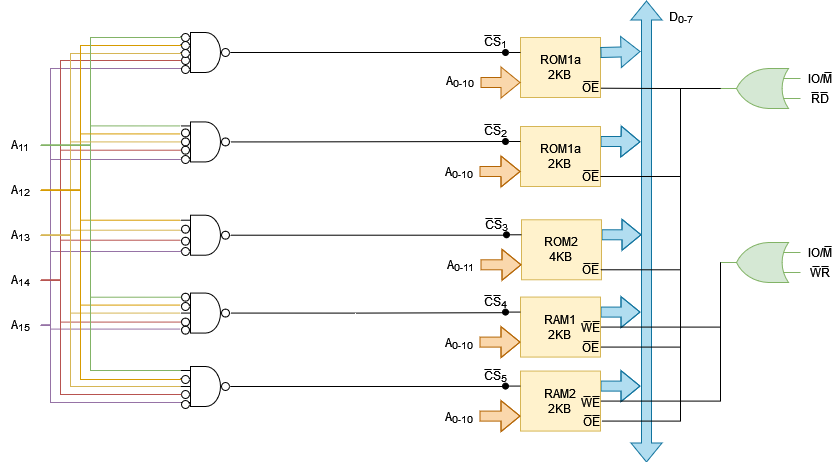
This is Exercise6_b_Circuit.drawio.png from konstantinosk31/Microcomputer-Systems, a draw.io export, as it was before one commit. Source tidied: cells renumbered, new cells last; positions are measured from the earlier drawing's top-left corner, leaving out a move shared by most shapes.
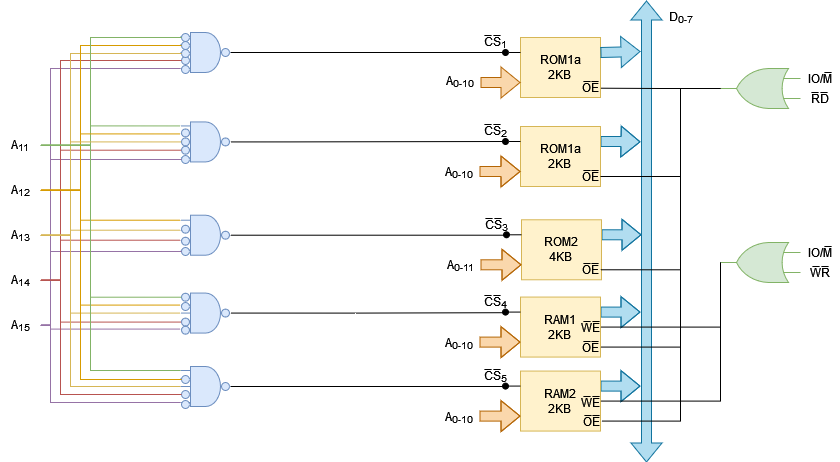
After the commit.

Change to the diagram source:
```diff
@@ -281,49 +281,49 @@
         </Array>
       </mxGeometry>
     </mxCell>
-    <mxCell id="64" style="verticalLabelPosition=bottom;shadow=0;dashed=0;align=center;html=1;verticalAlign=top;shape=mxgraph.electrical.logic_gates.logic_gate;operation=and;numInputs=5;" parent="1" vertex="1">
+    <mxCell id="64" style="verticalLabelPosition=bottom;shadow=0;dashed=0;align=center;html=1;verticalAlign=top;shape=mxgraph.electrical.logic_gates.logic_gate;operation=and;numInputs=5;fillColor=#dae8fc;strokeColor=#6c8ebf;" parent="1" vertex="1">
       <mxGeometry x="180" y="32" width="50" height="40" as="geometry" />
     </mxCell>
-    <mxCell id="65" style="verticalLabelPosition=bottom;shadow=0;dashed=0;align=center;html=1;verticalAlign=top;shape=mxgraph.electrical.logic_gates.logic_gate;operation=and;numInputs=5;" parent="1" vertex="1">
+    <mxCell id="65" style="verticalLabelPosition=bottom;shadow=0;dashed=0;align=center;html=1;verticalAlign=top;shape=mxgraph.electrical.logic_gates.logic_gate;operation=and;numInputs=5;fillColor=#dae8fc;strokeColor=#6c8ebf;" parent="1" vertex="1">
       <mxGeometry x="180" y="121.4" width="50" height="40" as="geometry" />
     </mxCell>
-    <mxCell id="66" style="verticalLabelPosition=bottom;shadow=0;dashed=0;align=center;html=1;verticalAlign=top;shape=mxgraph.electrical.logic_gates.logic_gate;operation=and;numInputs=4;" parent="1" vertex="1">
+    <mxCell id="66" style="verticalLabelPosition=bottom;shadow=0;dashed=0;align=center;html=1;verticalAlign=top;shape=mxgraph.electrical.logic_gates.logic_gate;operation=and;numInputs=4;fillColor=#dae8fc;strokeColor=#6c8ebf;" parent="1" vertex="1">
       <mxGeometry x="180" y="214.7" width="50" height="40" as="geometry" />
     </mxCell>
-    <mxCell id="67" style="verticalLabelPosition=bottom;shadow=0;dashed=0;align=center;html=1;verticalAlign=top;shape=mxgraph.electrical.logic_gates.logic_gate;operation=and;numInputs=5;" parent="1" vertex="1">
+    <mxCell id="67" style="verticalLabelPosition=bottom;shadow=0;dashed=0;align=center;html=1;verticalAlign=top;shape=mxgraph.electrical.logic_gates.logic_gate;operation=and;numInputs=5;fillColor=#dae8fc;strokeColor=#6c8ebf;" parent="1" vertex="1">
       <mxGeometry x="180" y="292.6" width="50" height="40" as="geometry" />
     </mxCell>
-    <mxCell id="68" style="verticalLabelPosition=bottom;shadow=0;dashed=0;align=center;html=1;verticalAlign=top;shape=mxgraph.electrical.logic_gates.logic_gate;operation=and;numInputs=5;" parent="1" vertex="1">
+    <mxCell id="68" style="verticalLabelPosition=bottom;shadow=0;dashed=0;align=center;html=1;verticalAlign=top;shape=mxgraph.electrical.logic_gates.logic_gate;operation=and;numInputs=5;fillColor=#dae8fc;strokeColor=#6c8ebf;" parent="1" vertex="1">
       <mxGeometry x="180" y="366" width="50" height="40" as="geometry" />
     </mxCell>
-    <mxCell id="69" style="verticalLabelPosition=bottom;shadow=0;dashed=0;align=center;html=1;verticalAlign=top;shape=mxgraph.electrical.logic_gates.inverting_contact;" parent="1" vertex="1">
+    <mxCell id="69" style="verticalLabelPosition=bottom;shadow=0;dashed=0;align=center;html=1;verticalAlign=top;shape=mxgraph.electrical.logic_gates.inverting_contact;fillColor=#dae8fc;strokeColor=#6c8ebf;" parent="1" vertex="1">
       <mxGeometry x="180" y="55" width="10" height="10" as="geometry" />
     </mxCell>
-    <mxCell id="70" style="verticalLabelPosition=bottom;shadow=0;dashed=0;align=center;html=1;verticalAlign=top;shape=mxgraph.electrical.logic_gates.inverting_contact;" parent="1" vertex="1">
+    <mxCell id="70" style="verticalLabelPosition=bottom;shadow=0;dashed=0;align=center;html=1;verticalAlign=top;shape=mxgraph.electrical.logic_gates.inverting_contact;fillColor=#dae8fc;strokeColor=#6c8ebf;" parent="1" vertex="1">
       <mxGeometry x="180" y="64" width="10" height="10" as="geometry" />
     </mxCell>
-    <mxCell id="71" style="verticalLabelPosition=bottom;shadow=0;dashed=0;align=center;html=1;verticalAlign=top;shape=mxgraph.electrical.logic_gates.inverting_contact;" parent="1" vertex="1">
+    <mxCell id="71" style="verticalLabelPosition=bottom;shadow=0;dashed=0;align=center;html=1;verticalAlign=top;shape=mxgraph.electrical.logic_gates.inverting_contact;fillColor=#dae8fc;strokeColor=#6c8ebf;" parent="1" vertex="1">
       <mxGeometry x="180" y="144.7" width="10" height="10" as="geometry" />
     </mxCell>
-    <mxCell id="72" style="verticalLabelPosition=bottom;shadow=0;dashed=0;align=center;html=1;verticalAlign=top;shape=mxgraph.electrical.logic_gates.inverting_contact;" parent="1" vertex="1">
+    <mxCell id="72" style="verticalLabelPosition=bottom;shadow=0;dashed=0;align=center;html=1;verticalAlign=top;shape=mxgraph.electrical.logic_gates.inverting_contact;fillColor=#dae8fc;strokeColor=#6c8ebf;" parent="1" vertex="1">
       <mxGeometry x="180" y="154" width="10" height="10" as="geometry" />
     </mxCell>
-    <mxCell id="73" style="verticalLabelPosition=bottom;shadow=0;dashed=0;align=center;html=1;verticalAlign=top;shape=mxgraph.electrical.logic_gates.inverting_contact;" parent="1" vertex="1">
+    <mxCell id="73" style="verticalLabelPosition=bottom;shadow=0;dashed=0;align=center;html=1;verticalAlign=top;shape=mxgraph.electrical.logic_gates.inverting_contact;fillColor=#dae8fc;strokeColor=#6c8ebf;" parent="1" vertex="1">
       <mxGeometry x="180" y="235.7" width="10" height="10" as="geometry" />
     </mxCell>
-    <mxCell id="74" style="verticalLabelPosition=bottom;shadow=0;dashed=0;align=center;html=1;verticalAlign=top;shape=mxgraph.electrical.logic_gates.inverting_contact;" parent="1" vertex="1">
+    <mxCell id="74" style="verticalLabelPosition=bottom;shadow=0;dashed=0;align=center;html=1;verticalAlign=top;shape=mxgraph.electrical.logic_gates.inverting_contact;fillColor=#dae8fc;strokeColor=#6c8ebf;" parent="1" vertex="1">
       <mxGeometry x="180" y="246" width="10" height="10" as="geometry" />
     </mxCell>
-    <mxCell id="75" style="verticalLabelPosition=bottom;shadow=0;dashed=0;align=center;html=1;verticalAlign=top;shape=mxgraph.electrical.logic_gates.inverting_contact;" parent="1" vertex="1">
+    <mxCell id="75" style="verticalLabelPosition=bottom;shadow=0;dashed=0;align=center;html=1;verticalAlign=top;shape=mxgraph.electrical.logic_gates.inverting_contact;fillColor=#dae8fc;strokeColor=#6c8ebf;" parent="1" vertex="1">
       <mxGeometry x="180" y="316.6" width="10" height="10" as="geometry" />
     </mxCell>
-    <mxCell id="76" style="verticalLabelPosition=bottom;shadow=0;dashed=0;align=center;html=1;verticalAlign=top;shape=mxgraph.electrical.logic_gates.inverting_contact;" parent="1" vertex="1">
+    <mxCell id="76" style="verticalLabelPosition=bottom;shadow=0;dashed=0;align=center;html=1;verticalAlign=top;shape=mxgraph.electrical.logic_gates.inverting_contact;fillColor=#dae8fc;strokeColor=#6c8ebf;" parent="1" vertex="1">
       <mxGeometry x="180" y="324.7" width="10" height="10" as="geometry" />
     </mxCell>
-    <mxCell id="77" style="verticalLabelPosition=bottom;shadow=0;dashed=0;align=center;html=1;verticalAlign=top;shape=mxgraph.electrical.logic_gates.inverting_contact;" parent="1" vertex="1">
+    <mxCell id="77" style="verticalLabelPosition=bottom;shadow=0;dashed=0;align=center;html=1;verticalAlign=top;shape=mxgraph.electrical.logic_gates.inverting_contact;fillColor=#dae8fc;strokeColor=#6c8ebf;" parent="1" vertex="1">
       <mxGeometry x="180" y="389" width="10" height="10" as="geometry" />
     </mxCell>
-    <mxCell id="78" style="verticalLabelPosition=bottom;shadow=0;dashed=0;align=center;html=1;verticalAlign=top;shape=mxgraph.electrical.logic_gates.inverting_contact;" parent="1" vertex="1">
+    <mxCell id="78" style="verticalLabelPosition=bottom;shadow=0;dashed=0;align=center;html=1;verticalAlign=top;shape=mxgraph.electrical.logic_gates.inverting_contact;fillColor=#dae8fc;strokeColor=#6c8ebf;" parent="1" vertex="1">
       <mxGeometry x="180" y="399" width="10" height="10" as="geometry" />
     </mxCell>
     <mxCell id="79" style="edgeStyle=orthogonalEdgeStyle;rounded=0;jettySize=auto;html=1;exitX=1;exitY=0.5;exitDx=0;exitDy=0;entryX=0.1;entryY=0.5;entryDx=0;entryDy=0;entryPerimeter=0;endArrow=none;endFill=0;fillColor=#f8cecc;strokeColor=#b85450;" parent="1" edge="1" source="9" target="75">
@@ -406,13 +406,13 @@
         </Array>
       </mxGeometry>
     </mxCell>
-    <mxCell id="89" style="verticalLabelPosition=bottom;shadow=0;dashed=0;align=center;html=1;verticalAlign=top;shape=mxgraph.electrical.logic_gates.inverting_contact;" parent="1" vertex="1">
+    <mxCell id="89" style="verticalLabelPosition=bottom;shadow=0;dashed=0;align=center;html=1;verticalAlign=top;shape=mxgraph.electrical.logic_gates.inverting_contact;fillColor=#dae8fc;strokeColor=#6c8ebf;" parent="1" vertex="1">
       <mxGeometry x="180" y="32" width="10" height="10" as="geometry" />
     </mxCell>
-    <mxCell id="90" style="verticalLabelPosition=bottom;shadow=0;dashed=0;align=center;html=1;verticalAlign=top;shape=mxgraph.electrical.logic_gates.inverting_contact;" parent="1" vertex="1">
+    <mxCell id="90" style="verticalLabelPosition=bottom;shadow=0;dashed=0;align=center;html=1;verticalAlign=top;shape=mxgraph.electrical.logic_gates.inverting_contact;fillColor=#dae8fc;strokeColor=#6c8ebf;" parent="1" vertex="1">
       <mxGeometry x="180" y="40" width="10" height="10" as="geometry" />
     </mxCell>
-    <mxCell id="91" style="verticalLabelPosition=bottom;shadow=0;dashed=0;align=center;html=1;verticalAlign=top;shape=mxgraph.electrical.logic_gates.inverting_contact;" parent="1" vertex="1">
+    <mxCell id="91" style="verticalLabelPosition=bottom;shadow=0;dashed=0;align=center;html=1;verticalAlign=top;shape=mxgraph.electrical.logic_gates.inverting_contact;fillColor=#dae8fc;strokeColor=#6c8ebf;" parent="1" vertex="1">
       <mxGeometry x="180" y="48" width="10" height="10" as="geometry" />
     </mxCell>
     <mxCell id="92" style="edgeStyle=orthogonalEdgeStyle;rounded=0;jettySize=auto;html=1;exitX=1;exitY=0.5;exitDx=0;exitDy=0;entryX=0.1;entryY=0.5;entryDx=0;entryDy=0;entryPerimeter=0;fillColor=#fff2cc;strokeColor=#d6b656;endArrow=none;endFill=0;" parent="1" edge="1" source="8" target="91">
@@ -423,19 +423,19 @@
         </Array>
       </mxGeometry>
     </mxCell>
-    <mxCell id="93" style="verticalLabelPosition=bottom;shadow=0;dashed=0;align=center;html=1;verticalAlign=top;shape=mxgraph.electrical.logic_gates.inverting_contact;" parent="1" vertex="1">
+    <mxCell id="93" style="verticalLabelPosition=bottom;shadow=0;dashed=0;align=center;html=1;verticalAlign=top;shape=mxgraph.electrical.logic_gates.inverting_contact;fillColor=#dae8fc;strokeColor=#6c8ebf;" parent="1" vertex="1">
       <mxGeometry x="220" y="47" width="10" height="10" as="geometry" />
     </mxCell>
-    <mxCell id="94" style="verticalLabelPosition=bottom;shadow=0;dashed=0;align=center;html=1;verticalAlign=top;shape=mxgraph.electrical.logic_gates.inverting_contact;" parent="1" vertex="1">
+    <mxCell id="94" style="verticalLabelPosition=bottom;shadow=0;dashed=0;align=center;html=1;verticalAlign=top;shape=mxgraph.electrical.logic_gates.inverting_contact;fillColor=#dae8fc;strokeColor=#6c8ebf;" parent="1" vertex="1">
       <mxGeometry x="220" y="136.4" width="10" height="10" as="geometry" />
     </mxCell>
-    <mxCell id="95" style="verticalLabelPosition=bottom;shadow=0;dashed=0;align=center;html=1;verticalAlign=top;shape=mxgraph.electrical.logic_gates.inverting_contact;" parent="1" vertex="1">
+    <mxCell id="95" style="verticalLabelPosition=bottom;shadow=0;dashed=0;align=center;html=1;verticalAlign=top;shape=mxgraph.electrical.logic_gates.inverting_contact;fillColor=#dae8fc;strokeColor=#6c8ebf;" parent="1" vertex="1">
       <mxGeometry x="220" y="229.7" width="10" height="10" as="geometry" />
     </mxCell>
-    <mxCell id="96" style="verticalLabelPosition=bottom;shadow=0;dashed=0;align=center;html=1;verticalAlign=top;shape=mxgraph.electrical.logic_gates.inverting_contact;" parent="1" vertex="1">
+    <mxCell id="96" style="verticalLabelPosition=bottom;shadow=0;dashed=0;align=center;html=1;verticalAlign=top;shape=mxgraph.electrical.logic_gates.inverting_contact;fillColor=#dae8fc;strokeColor=#6c8ebf;" parent="1" vertex="1">
       <mxGeometry x="220" y="307.6" width="10" height="10" as="geometry" />
     </mxCell>
-    <mxCell id="97" style="verticalLabelPosition=bottom;shadow=0;dashed=0;align=center;html=1;verticalAlign=top;shape=mxgraph.electrical.logic_gates.inverting_contact;" parent="1" vertex="1">
+    <mxCell id="97" style="verticalLabelPosition=bottom;shadow=0;dashed=0;align=center;html=1;verticalAlign=top;shape=mxgraph.electrical.logic_gates.inverting_contact;fillColor=#dae8fc;strokeColor=#6c8ebf;" parent="1" vertex="1">
       <mxGeometry x="220" y="381" width="10" height="10" as="geometry" />
     </mxCell>
     <mxCell id="98" style="edgeStyle=orthogonalEdgeStyle;rounded=0;jettySize=auto;html=1;exitX=1;exitY=0.5;exitDx=0;exitDy=0;entryX=0.1;entryY=0.5;entryDx=0;entryDy=0;entryPerimeter=0;fillColor=#ffe6cc;strokeColor=#d79b00;endArrow=none;endFill=0;" parent="1" edge="1" source="7" target="90">
@@ -454,10 +454,10 @@
         </Array>
       </mxGeometry>
     </mxCell>
-    <mxCell id="100" style="verticalLabelPosition=bottom;shadow=0;dashed=0;align=center;html=1;verticalAlign=top;shape=mxgraph.electrical.logic_gates.inverting_contact;" parent="1" vertex="1">
+    <mxCell id="100" style="verticalLabelPosition=bottom;shadow=0;dashed=0;align=center;html=1;verticalAlign=top;shape=mxgraph.electrical.logic_gates.inverting_contact;fillColor=#dae8fc;strokeColor=#6c8ebf;" parent="1" vertex="1">
       <mxGeometry x="180" y="136.4" width="10" height="10" as="geometry" />
     </mxCell>
-    <mxCell id="101" style="verticalLabelPosition=bottom;shadow=0;dashed=0;align=center;html=1;verticalAlign=top;shape=mxgraph.electrical.logic_gates.inverting_contact;" parent="1" vertex="1">
+    <mxCell id="101" style="verticalLabelPosition=bottom;shadow=0;dashed=0;align=center;html=1;verticalAlign=top;shape=mxgraph.electrical.logic_gates.inverting_contact;fillColor=#dae8fc;strokeColor=#6c8ebf;" parent="1" vertex="1">
       <mxGeometry x="180" y="127.4" width="10" height="10" as="geometry" />
     </mxCell>
     <mxCell id="102" style="edgeStyle=orthogonalEdgeStyle;rounded=0;jettySize=auto;html=1;exitX=1;exitY=0.5;exitDx=0;exitDy=0;entryX=0;entryY=0.1;entryDx=0;entryDy=0;entryPerimeter=0;fillColor=#d5e8d4;strokeColor=#82b366;endArrow=none;endFill=0;" parent="1" edge="1" source="6" target="65">
@@ -484,7 +484,7 @@
         </Array>
       </mxGeometry>
     </mxCell>
-    <mxCell id="105" style="verticalLabelPosition=bottom;shadow=0;dashed=0;align=center;html=1;verticalAlign=top;shape=mxgraph.electrical.logic_gates.inverting_contact;" parent="1" vertex="1">
+    <mxCell id="105" style="verticalLabelPosition=bottom;shadow=0;dashed=0;align=center;html=1;verticalAlign=top;shape=mxgraph.electrical.logic_gates.inverting_contact;fillColor=#dae8fc;strokeColor=#6c8ebf;" parent="1" vertex="1">
       <mxGeometry x="180" y="223.7" width="10" height="10" as="geometry" />
     </mxCell>
     <mxCell id="106" style="edgeStyle=orthogonalEdgeStyle;rounded=0;jettySize=auto;html=1;exitX=1;exitY=0.5;exitDx=0;exitDy=0;entryX=0;entryY=0.375;entryDx=0;entryDy=0;entryPerimeter=0;fillColor=#fff2cc;strokeColor=#d6b656;endArrow=none;endFill=0;" parent="1" edge="1" source="8" target="66">
@@ -503,10 +503,10 @@
         </Array>
       </mxGeometry>
     </mxCell>
-    <mxCell id="108" style="verticalLabelPosition=bottom;shadow=0;dashed=0;align=center;html=1;verticalAlign=top;shape=mxgraph.electrical.logic_gates.inverting_contact;" parent="1" vertex="1">
+    <mxCell id="108" style="verticalLabelPosition=bottom;shadow=0;dashed=0;align=center;html=1;verticalAlign=top;shape=mxgraph.electrical.logic_gates.inverting_contact;fillColor=#dae8fc;strokeColor=#6c8ebf;" parent="1" vertex="1">
       <mxGeometry x="180" y="301" width="10" height="10" as="geometry" />
     </mxCell>
-    <mxCell id="109" style="verticalLabelPosition=bottom;shadow=0;dashed=0;align=center;html=1;verticalAlign=top;shape=mxgraph.electrical.logic_gates.inverting_contact;" parent="1" vertex="1">
+    <mxCell id="109" style="verticalLabelPosition=bottom;shadow=0;dashed=0;align=center;html=1;verticalAlign=top;shape=mxgraph.electrical.logic_gates.inverting_contact;fillColor=#dae8fc;strokeColor=#6c8ebf;" parent="1" vertex="1">
       <mxGeometry x="180" y="291.7" width="10" height="10" as="geometry" />
     </mxCell>
     <mxCell id="110" style="edgeStyle=orthogonalEdgeStyle;rounded=0;jettySize=auto;html=1;exitX=1;exitY=0.5;exitDx=0;exitDy=0;entryX=0;entryY=0.5;entryDx=0;entryDy=0;entryPerimeter=0;fillColor=#fff2cc;strokeColor=#d6b656;endArrow=none;endFill=0;" parent="1" edge="1" source="8" target="67">
@@ -533,7 +533,7 @@
         </Array>
       </mxGeometry>
     </mxCell>
-    <mxCell id="113" style="verticalLabelPosition=bottom;shadow=0;dashed=0;align=center;html=1;verticalAlign=top;shape=mxgraph.electrical.logic_gates.inverting_contact;" parent="1" vertex="1">
+    <mxCell id="113" style="verticalLabelPosition=bottom;shadow=0;dashed=0;align=center;html=1;verticalAlign=top;shape=mxgraph.electrical.logic_gates.inverting_contact;fillColor=#dae8fc;strokeColor=#6c8ebf;" parent="1" vertex="1">
       <mxGeometry x="180" y="374" width="10" height="10" as="geometry" />
     </mxCell>
     <mxCell id="114" style="edgeStyle=orthogonalEdgeStyle;rounded=0;jettySize=auto;html=1;exitX=1;exitY=0.5;exitDx=0;exitDy=0;entryX=0;entryY=0.5;entryDx=0;entryDy=0;entryPerimeter=0;fillColor=#fff2cc;strokeColor=#d6b656;endArrow=none;endFill=0;" parent="1" edge="1" source="8" target="68">
```
